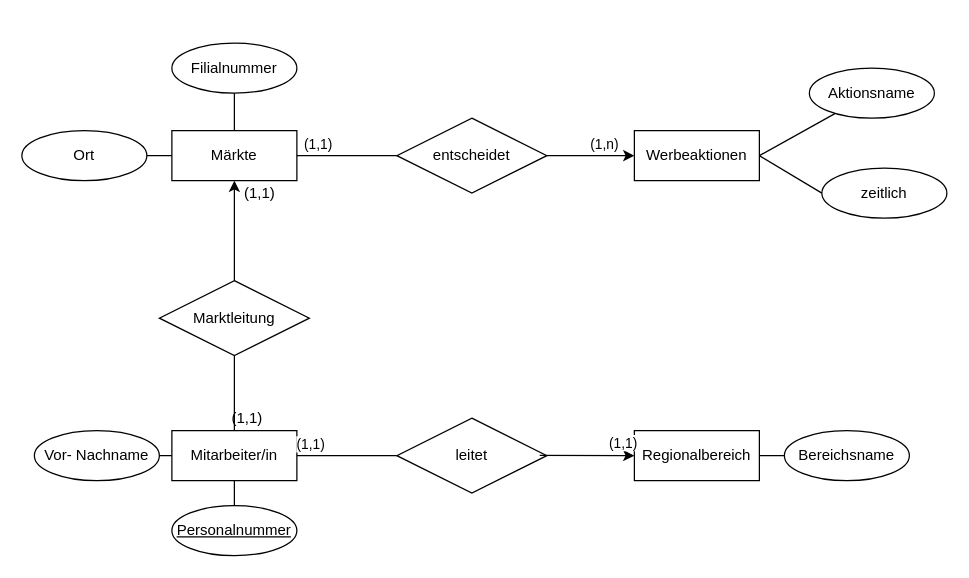
Earlier version of the draw.io diagram Untitled Diagram.drawio (zKortex/BSLIF_SCHULE). Source tidied: cells renumbered, new cells numbered last; positions are measured from the earlier drawing's top-left corner, leaving out a move shared by most shapes. Both pictures are drawn from the tidied source at 125%, with x=0, y=0 at pixel (21, 42).
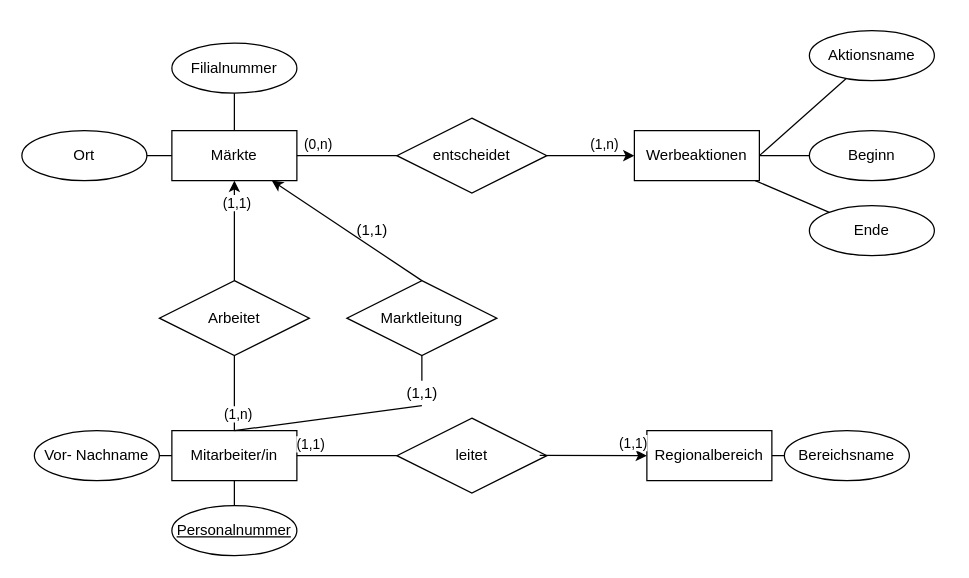
After the change.

The change refers to these unchanged cells:
```xml
<mxCell id="2" value="Märkte" style="whiteSpace=wrap;html=1;align=center;" parent="1" vertex="1">
  <mxGeometry x="120" y="70" width="100" height="40" as="geometry" />
</mxCell>
<mxCell id="3" value="Mitarbeiter/in" style="whiteSpace=wrap;html=1;align=center;" parent="1" vertex="1">
  <mxGeometry x="120" y="310" width="100" height="40" as="geometry" />
</mxCell>
<mxCell id="5" value="Werbeaktionen" style="whiteSpace=wrap;html=1;align=center;" parent="1" vertex="1">
  <mxGeometry x="490" y="70" width="100" height="40" as="geometry" />
</mxCell>
<mxCell id="21" style="endArrow=none;html=1;rounded=0;exitX=1;exitY=0.5;exitDx=0;exitDy=0;entryX=0;entryY=0.5;entryDx=0;entryDy=0;" parent="1" edge="1" source="2" target="20">
  <mxGeometry relative="1" as="geometry" />
</mxCell>
```

The edit, as a diff of the source:
```diff
@@
     <mxCell id="4" value="Regionalbereich" style="whiteSpace=wrap;html=1;align=center;" parent="1" vertex="1">
-      <mxGeometry x="490" y="310" width="100" height="40" as="geometry" />
+      <mxGeometry x="500" y="310" width="100" height="40" as="geometry" />
     </mxCell>
@@
     <mxCell id="11" value="Marktleitung" style="shape=rhombus;perimeter=rhombusPerimeter;whiteSpace=wrap;html=1;align=center;" parent="1" vertex="1">
-      <mxGeometry x="110" y="190" width="120" height="60" as="geometry" />
+      <mxGeometry x="260" y="190" width="120" height="60" as="geometry" />
     </mxCell>
-    <mxCell id="12" style="endArrow=none;html=1;rounded=0;exitX=0.5;exitY=0;exitDx=0;exitDy=0;entryX=0.5;entryY=1;entryDx=0;entryDy=0;" parent="1" edge="1" source="3" target="11">
+    <mxCell id="12" style="endArrow=none;html=1;rounded=0;exitX=0.5;exitY=0;exitDx=0;exitDy=0;entryX=0.5;entryY=1;entryDx=0;entryDy=0;startArrow=none;" parent="1" edge="1" source="14" target="11">
       <mxGeometry relative="1" as="geometry" />
     </mxCell>
@@
-    <mxCell id="14" value="(1,1)" style="text;html=1;align=center;verticalAlign=middle;points=[];strokeColor=none;fillColor=none;" parent="1" vertex="1">
-      <mxGeometry x="160" y="290" width="40" height="20" as="geometry" />
-    </mxCell>
     <mxCell id="15" value="(1,1)" style="text;html=1;align=center;verticalAlign=middle;strokeColor=none;fillColor=none;" parent="1" vertex="1">
-      <mxGeometry x="170" y="110" width="40" height="20" as="geometry" />
+      <mxGeometry x="260" y="140" width="40" height="20" as="geometry" />
     </mxCell>
@@
+    <mxCell id="35" style="edgeStyle=orthogonalEdgeStyle;rounded=0;jettySize=auto;html=1;exitX=0.5;exitY=0;exitDx=0;exitDy=0;" parent="1" edge="1" source="17">
+      <mxGeometry relative="1" as="geometry">
+        <mxPoint x="680" y="-10" as="targetPoint" />
+      </mxGeometry>
+    </mxCell>
     <mxCell id="17" value="Aktionsname" style="ellipse;whiteSpace=wrap;html=1;align=center;" parent="1" vertex="1">
-      <mxGeometry x="630" y="20" width="100" height="40" as="geometry" />
+      <mxGeometry x="630" y="-10" width="100" height="40" as="geometry" />
     </mxCell>
-    <mxCell id="18" value="zeitlich" style="ellipse;whiteSpace=wrap;html=1;align=center;" parent="1" vertex="1">
-      <mxGeometry x="640" y="100" width="100" height="40" as="geometry" />
-    </mxCell>
-    <mxCell id="19" style="endArrow=none;html=1;rounded=0;entryX=0;entryY=0.5;entryDx=0;entryDy=0;" parent="1" edge="1" target="18">
+    <mxCell id="19" style="endArrow=none;html=1;rounded=0;" parent="1" edge="1" target="42">
       <mxGeometry relative="1" as="geometry">
         <mxPoint x="590" y="90" as="sourcePoint" />
       </mxGeometry>
     </mxCell>
@@
-    <mxCell id="22" value="(1,1)&lt;br&gt;" style="edgeLabel;html=1;align=center;verticalAlign=middle;" parent="21" vertex="1">
+    <mxCell id="22" value="(0,n)" style="edgeLabel;html=1;align=center;verticalAlign=middle;" parent="21" vertex="1">
       <mxGeometry x="-0.6" y="-2" relative="1" as="geometry">
         <mxPoint y="-12" as="offset" />
       </mxGeometry>
     </mxCell>
@@
+    <mxCell id="14" value="(1,1)" style="text;html=1;align=center;verticalAlign=middle;points=[];strokeColor=none;fillColor=none;" parent="1" vertex="1">
+      <mxGeometry x="300" y="270" width="40" height="20" as="geometry" />
+    </mxCell>
+    <mxCell id="36" style="endArrow=none;html=1;rounded=0;exitX=0.5;exitY=0;exitDx=0;exitDy=0;entryX=0.5;entryY=1;entryDx=0;entryDy=0;" parent="1" edge="1" source="3" target="14">
+      <mxGeometry relative="1" as="geometry" />
+    </mxCell>
+    <mxCell id="37" value="Arbeitet" style="shape=rhombus;perimeter=rhombusPerimeter;whiteSpace=wrap;html=1;align=center;" parent="1" vertex="1">
+      <mxGeometry x="110" y="190" width="120" height="60" as="geometry" />
+    </mxCell>
+    <mxCell id="38" style="endArrow=none;html=1;rounded=0;" parent="1" edge="1" source="3" target="37">
+      <mxGeometry relative="1" as="geometry" />
+    </mxCell>
+    <mxCell id="39" value="(1,n)" style="edgeLabel;html=1;align=center;verticalAlign=middle;" parent="38" vertex="1">
+      <mxGeometry x="-0.52" y="-2" relative="1" as="geometry" />
+    </mxCell>
+    <mxCell id="40" style="endArrow=classic;html=1;rounded=0;" parent="1" edge="1" source="37" target="2">
+      <mxGeometry relative="1" as="geometry" />
+    </mxCell>
+    <mxCell id="41" value="(1,1)" style="edgeLabel;html=1;align=center;verticalAlign=middle;" parent="40" vertex="1">
+      <mxGeometry x="0.58" y="-1" relative="1" as="geometry" />
+    </mxCell>
+    <mxCell id="42" value="Beginn" style="ellipse;whiteSpace=wrap;html=1;align=center;" parent="1" vertex="1">
+      <mxGeometry x="630" y="70" width="100" height="40" as="geometry" />
+    </mxCell>
+    <mxCell id="43" value="Ende" style="ellipse;whiteSpace=wrap;html=1;align=center;" parent="1" vertex="1">
+      <mxGeometry x="630" y="130" width="100" height="40" as="geometry" />
+    </mxCell>
+    <mxCell id="44" style="endArrow=none;html=1;rounded=0;" parent="1" edge="1" source="43" target="5">
+      <mxGeometry relative="1" as="geometry" />
+    </mxCell>
```
